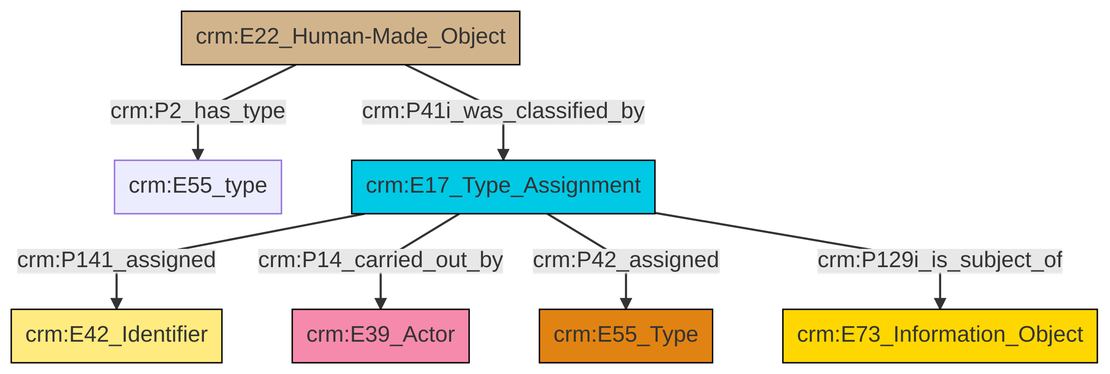
The Mermaid diagram et/builtWorkCSV/ttl/mmd/png/Built_Work_designation_status.png in swiss-art-research-net/reference-data-models, before a commit. Its source is kept beside it as et/builtWorkCSV/ttl/mmd/Built_Work_designation_status.ttl.mmd. Its diagram source:
```mermaid
graph TD
classDef Literal fill:#f2f2f2,stroke:#000000;
classDef CRM_Entity fill:#FFFFFF,stroke:#000000;
classDef Temporal_Entity fill:#00C9E6, stroke:#000000;
classDef Type fill:#E18312, stroke:#000000;
classDef Time-Span fill:#2C9C91, stroke:#000000;
classDef Appellation fill:#FFEB7F, stroke:#000000;
classDef Place fill:#008836, stroke:#000000;
classDef Persistent_Item fill:#B266B2, stroke:#000000;
classDef Conceptual_Object fill:#FFD700, stroke:#000000;
classDef Physical_Thing fill:#D2B48C, stroke:#000000;
classDef Actor fill:#f58aad, stroke:#000000;
classDef PC_Classes fill:#4ce600, stroke:#000000;
classDef Multi fill:#cccccc,stroke:#000000;

2["crm:E22_Human-Made_Object"]:::Physical_Thing -->|crm:P41i_was_classified_by| 3["crm:E17_Type_Assignment"]:::Temporal_Entity
3["crm:E17_Type_Assignment"]:::Temporal_Entity -->|crm:P141_assigned| 4["crm:E42_Identifier"]:::Appellation
3["crm:E17_Type_Assignment"]:::Temporal_Entity -->|crm:P14_carried_out_by| 6["crm:E39_Actor"]:::Actor
3["crm:E17_Type_Assignment"]:::Temporal_Entity -->|crm:P42_assigned| 7["crm:E55_Type"]:::Type
3["crm:E17_Type_Assignment"]:::Temporal_Entity -->|crm:P129i_is_subject_of| 9["crm:E73_Information_Object"]:::Conceptual_Object
2["crm:E22_Human-Made_Object"]:::Physical_Thing -->|crm:P2_has_type| 0["crm:E55_type"]:::Default
```
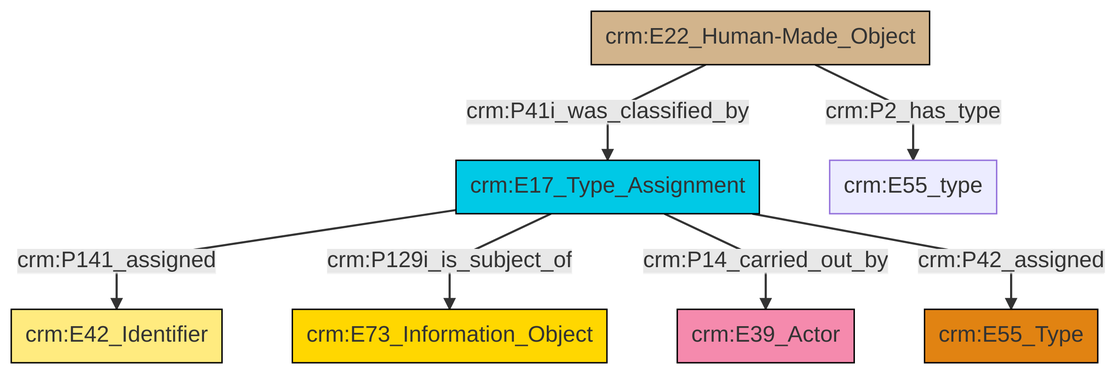
Later version of the same file.

Change to the diagram source:
```diff
@@ -13,9 +13,9 @@
 classDef PC_Classes fill:#4ce600, stroke:#000000;
 classDef Multi fill:#cccccc,stroke:#000000;
 
-2["crm:E22_Human-Made_Object"]:::Physical_Thing -->|crm:P41i_was_classified_by| 3["crm:E17_Type_Assignment"]:::Temporal_Entity
-3["crm:E17_Type_Assignment"]:::Temporal_Entity -->|crm:P141_assigned| 4["crm:E42_Identifier"]:::Appellation
-3["crm:E17_Type_Assignment"]:::Temporal_Entity -->|crm:P14_carried_out_by| 6["crm:E39_Actor"]:::Actor
-3["crm:E17_Type_Assignment"]:::Temporal_Entity -->|crm:P42_assigned| 7["crm:E55_Type"]:::Type
-3["crm:E17_Type_Assignment"]:::Temporal_Entity -->|crm:P129i_is_subject_of| 9["crm:E73_Information_Object"]:::Conceptual_Object
-2["crm:E22_Human-Made_Object"]:::Physical_Thing -->|crm:P2_has_type| 0["crm:E55_type"]:::Default
+4["crm:E17_Type_Assignment"]:::Temporal_Entity -->|crm:P141_assigned| 2["crm:E42_Identifier"]:::Appellation
+4["crm:E17_Type_Assignment"]:::Temporal_Entity -->|crm:P129i_is_subject_of| 0["crm:E73_Information_Object"]:::Conceptual_Object
+12["crm:E22_Human-Made_Object"]:::Physical_Thing -->|crm:P2_has_type| 7["crm:E55_type"]:::Default
+4["crm:E17_Type_Assignment"]:::Temporal_Entity -->|crm:P14_carried_out_by| 9["crm:E39_Actor"]:::Actor
+4["crm:E17_Type_Assignment"]:::Temporal_Entity -->|crm:P42_assigned| 5["crm:E55_Type"]:::Type
+12["crm:E22_Human-Made_Object"]:::Physical_Thing -->|crm:P41i_was_classified_by| 4["crm:E17_Type_Assignment"]:::Temporal_Entity
```
